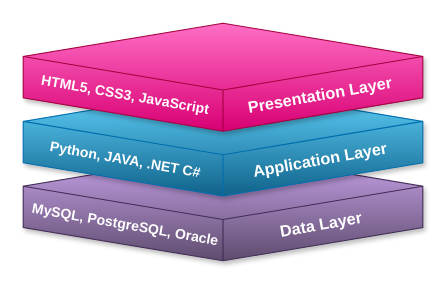
Before: three_tier_diagram.drawio in DrXneaky/Diagram, a draw.io diagram. Source tidied: cells renumbered, new cells numbered last; positions are measured from the earlier drawing's top-left corner, leaving out a move shared by most shapes. Both pictures are drawn from the tidied source at 108%, with x=0, y=0 at pixel (23, 23).
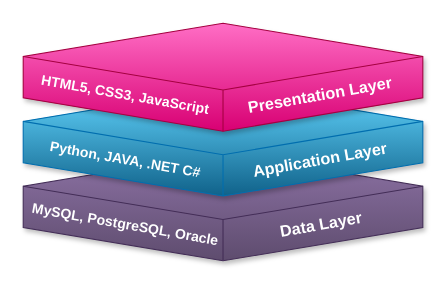
After the change.

Diff of the diagram source:
```diff
@@
 <mxGraphModel>
   <root>
     <mxCell id="0" />
     <mxCell id="1" parent="0" />
-    <mxCell id="2" style="html=1;whiteSpace=wrap;shape=isoCube2;backgroundOutline=1;isoAngle=5.300010681152344;strokeColor=#432D57;fontColor=#ffffff;gradientDirection=north;shadow=1;gradientColor=#CBA5ED;fillColor=#5E4C6E;" parent="1" vertex="1">
+    <mxCell id="2" style="html=1;whiteSpace=wrap;shape=isoCube2;backgroundOutline=1;isoAngle=5.300010681152344;strokeColor=#432D57;fontColor=#ffffff;gradientDirection=north;shadow=1;fillColor=#5E4C6E;gradientColor=#8E73A6;" parent="1" vertex="1">
       <mxGeometry y="120" width="370" height="100" as="geometry" />
     </mxCell>
     <mxCell id="3" style="html=1;whiteSpace=wrap;shape=isoCube2;backgroundOutline=1;isoAngle=5.300010681152344;strokeColor=#006EAF;fontColor=#FFFFFF;shadow=1;gradientDirection=north;gradientColor=#63D6FF;fillColor=#10628A;" parent="1" vertex="1">
       <mxGeometry y="60" width="370" height="100" as="geometry" />
     </mxCell>
     <mxCell id="4" style="html=1;whiteSpace=wrap;shape=isoCube2;backgroundOutline=1;isoAngle=5.300010681152344;fillColor=#d80073;strokeColor=#A50040;fontColor=#ffffff;gradientDirection=north;sketch=0;shadow=1;gradientColor=#FF6EC5;" parent="1" vertex="1">
       <mxGeometry width="370" height="100" as="geometry" />
     </mxCell>
     <mxCell id="5" value="&lt;font face=&quot;Old Standard TT&quot; style=&quot;font-size: 15px&quot;&gt;&lt;b&gt;Presentation Layer&lt;/b&gt;&lt;/font&gt;" style="text;html=1;strokeColor=none;fillColor=none;align=center;verticalAlign=middle;whiteSpace=wrap;rounded=0;rotation=-10;fontColor=#FFFFFF;" parent="1" vertex="1">
       <mxGeometry x="180.1" y="55.9" width="189.8" height="20" as="geometry" />
     </mxCell>
     <mxCell id="6" value="&lt;font face=&quot;Old Standard TT&quot; style=&quot;font-size: 15px&quot;&gt;&lt;b&gt;Application Layer&lt;/b&gt;&lt;/font&gt;" style="text;html=1;strokeColor=none;fillColor=none;align=center;verticalAlign=middle;whiteSpace=wrap;rounded=0;rotation=-10;fontColor=#FFFFFF;" parent="1" vertex="1">
       <mxGeometry x="180.1" y="115.9" width="189.5" height="20" as="geometry" />
     </mxCell>
     <mxCell id="7" value="&lt;font face=&quot;Old Standard TT&quot; style=&quot;font-size: 15px&quot;&gt;&lt;b&gt;Data Layer&lt;/b&gt;&lt;/font&gt;" style="text;html=1;strokeColor=none;fillColor=none;align=center;verticalAlign=middle;whiteSpace=wrap;rounded=0;rotation=-10;fontColor=#FFFFFF;" parent="1" vertex="1">
       <mxGeometry x="180.5" y="176" width="189.5" height="20" as="geometry" />
     </mxCell>
     <mxCell id="8" value="&lt;font face=&quot;Old Standard TT&quot; size=&quot;1&quot;&gt;&lt;b style=&quot;font-size: 13px&quot;&gt;HTML5, CSS3, JavaScript&lt;/b&gt;&lt;/font&gt;" style="text;html=1;strokeColor=none;fillColor=none;align=center;verticalAlign=middle;whiteSpace=wrap;rounded=0;rotation=10;fontColor=#FFFFFF;" parent="1" vertex="1">
       <mxGeometry y="55.9" width="189.8" height="20" as="geometry" />
     </mxCell>
     <mxCell id="9" value="&lt;font face=&quot;Old Standard TT&quot; size=&quot;1&quot;&gt;&lt;b style=&quot;font-size: 13px&quot;&gt;Python, JAVA, .NET C#&lt;/b&gt;&lt;/font&gt;" style="text;html=1;strokeColor=none;fillColor=none;align=center;verticalAlign=middle;whiteSpace=wrap;rounded=0;rotation=10;fontColor=#FFFFFF;" parent="1" vertex="1">
       <mxGeometry y="115.9" width="189.8" height="20" as="geometry" />
     </mxCell>
     <mxCell id="10" value="&lt;font face=&quot;Old Standard TT&quot; size=&quot;1&quot;&gt;&lt;b style=&quot;font-size: 13px&quot;&gt;MySQL, PostgreSQL, Oracle&lt;/b&gt;&lt;/font&gt;" style="text;html=1;strokeColor=none;fillColor=none;align=center;verticalAlign=middle;whiteSpace=wrap;rounded=0;rotation=10;fontColor=#FFFFFF;" parent="1" vertex="1">
       <mxGeometry y="176" width="189.8" height="20" as="geometry" />
     </mxCell>
   </root>
 </mxGraphModel>
```
